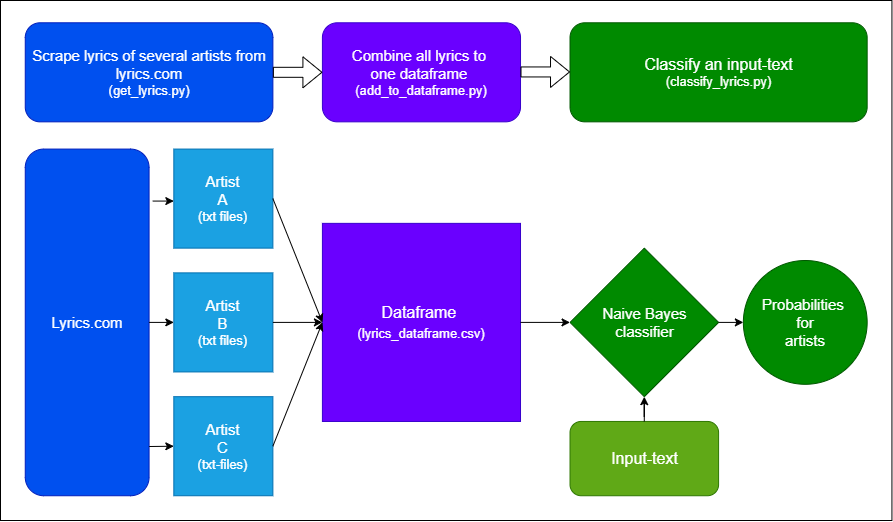
The draw.io diagram img/lyrics_classifier1.png in to-schi/classify-lyrics, before a commit. Source tidied: cells renumbered, new cells last; positions are measured from the earlier drawing's top-left corner, leaving out a move shared by most shapes. Source of this version:
```xml
<mxGraphModel>
  <root>
    <mxCell id="0" />
    <mxCell id="1" parent="0" />
    <mxCell id="2" style="group;" parent="1" vertex="1">
      <mxGeometry width="891.4" height="520" as="geometry" />
    </mxCell>
    <mxCell id="3" style="rounded=0;whiteSpace=wrap;html=1;fontSize=15;" parent="2" vertex="1">
      <mxGeometry width="891.4" height="520" as="geometry" />
    </mxCell>
    <mxCell id="4" value="&lt;font&gt;&lt;span style=&quot;font-size: 15px&quot;&gt;Artist&lt;/span&gt;&lt;br&gt;&lt;span style=&quot;font-size: 15px&quot;&gt;A&lt;/span&gt;&lt;br&gt;&lt;font style=&quot;font-size: 13px&quot;&gt;(txt files)&lt;/font&gt;&lt;/font&gt;" style="whiteSpace=wrap;html=1;fillColor=#1ba1e2;strokeColor=#006EAF;fontColor=#ffffff;" parent="2" vertex="1">
      <mxGeometry x="173.3" y="148.6" width="99" height="99" as="geometry" />
    </mxCell>
    <mxCell id="5" value="&lt;font&gt;&lt;span style=&quot;font-size: 15px&quot;&gt;Artist&lt;/span&gt;&lt;br&gt;&lt;span style=&quot;font-size: 15px&quot;&gt;B&lt;/span&gt;&lt;br&gt;&lt;font style=&quot;font-size: 13px&quot;&gt;(txt files)&lt;/font&gt;&lt;br&gt;&lt;/font&gt;" style="whiteSpace=wrap;html=1;fillColor=#1ba1e2;strokeColor=#006EAF;fontColor=#ffffff;" parent="2" vertex="1">
      <mxGeometry x="173.3" y="272.4" width="99" height="99" as="geometry" />
    </mxCell>
    <mxCell id="6" value="&lt;font&gt;&lt;span style=&quot;font-size: 15px&quot;&gt;Scrape lyrics of several artists from lyrics.com&lt;/span&gt;&lt;br&gt;&lt;font style=&quot;font-size: 13px&quot;&gt;(get_lyrics.py)&lt;/font&gt;&lt;br&gt;&lt;/font&gt;" style="rounded=1;whiteSpace=wrap;html=1;fillColor=#0050ef;fontColor=#ffffff;strokeColor=#001DBC;" parent="2" vertex="1">
      <mxGeometry x="24.8" y="22.3" width="247.6" height="99" as="geometry" />
    </mxCell>
    <mxCell id="7" value="&lt;font&gt;&lt;span style=&quot;font-size: 15px&quot;&gt;Artist&lt;/span&gt;&lt;br&gt;&lt;span style=&quot;font-size: 15px&quot;&gt;C&lt;/span&gt;&lt;br&gt;&lt;font style=&quot;font-size: 13px&quot;&gt;(txt-files)&lt;/font&gt;&lt;br&gt;&lt;/font&gt;" style="whiteSpace=wrap;html=1;fillColor=#1ba1e2;strokeColor=#006EAF;fontColor=#ffffff;" parent="2" vertex="1">
      <mxGeometry x="173.3" y="396.2" width="99" height="99" as="geometry" />
    </mxCell>
    <mxCell id="8" value="&lt;font&gt;&lt;span style=&quot;font-size: 15px&quot;&gt;Combine all lyrics to &lt;/span&gt;&lt;br&gt;&lt;span style=&quot;font-size: 15px&quot;&gt;one dataframe &lt;/span&gt;&lt;br&gt;&lt;font style=&quot;font-size: 13px&quot;&gt;(add_to_dataframe.py)&lt;/font&gt;&lt;/font&gt;" style="rounded=1;whiteSpace=wrap;html=1;fillColor=#6a00ff;fontColor=#ffffff;strokeColor=#3700CC;" parent="2" vertex="1">
      <mxGeometry x="321.9" y="22.3" width="198.1" height="99" as="geometry" />
    </mxCell>
    <mxCell id="9" value="Input-text" style="rounded=1;whiteSpace=wrap;html=1;fontSize=16;fillColor=#60a917;strokeColor=#2D7600;fontColor=#ffffff;" parent="2" vertex="1">
      <mxGeometry x="569.5" y="421" width="148.6" height="74.3" as="geometry" />
    </mxCell>
    <mxCell id="10" value="&lt;font&gt;&lt;span style=&quot;font-size: 16px&quot;&gt;Classify an input-text&lt;/span&gt;&lt;br&gt;&lt;font style=&quot;font-size: 13px&quot;&gt;(classify_lyrics.py)&lt;/font&gt;&lt;br&gt;&lt;/font&gt;" style="rounded=1;whiteSpace=wrap;html=1;fillColor=#008a00;fontColor=#ffffff;strokeColor=#005700;" parent="2" vertex="1">
      <mxGeometry x="569.5" y="22.3" width="297.1" height="99" as="geometry" />
    </mxCell>
    <mxCell id="11" value="Dataframe &lt;br&gt;&lt;font style=&quot;font-size: 13px&quot;&gt;(lyrics_dataframe.csv)&lt;/font&gt;" style="whiteSpace=wrap;html=1;fontSize=16;fillColor=#6a00ff;strokeColor=#3700CC;fontColor=#ffffff;" parent="2" vertex="1">
      <mxGeometry x="321.9" y="222.9" width="198.1" height="198.1" as="geometry" />
    </mxCell>
    <mxCell id="12" value="&lt;font style=&quot;font-size: 15px&quot;&gt;Lyrics.com&lt;/font&gt;" style="rounded=1;whiteSpace=wrap;html=1;fontSize=16;fillColor=#0050ef;fontColor=#ffffff;strokeColor=#001DBC;" parent="2" vertex="1">
      <mxGeometry x="24.8" y="148.6" width="123.8" height="346.7" as="geometry" />
    </mxCell>
    <mxCell id="13" style="endArrow=classic;html=1;rounded=0;fontSize=16;exitX=1.03;exitY=0.15;exitDx=0;exitDy=0;exitPerimeter=0;" parent="2" edge="1" source="12">
      <mxGeometry relative="1" as="geometry">
        <mxPoint x="173.3" y="200.6" as="targetPoint" />
      </mxGeometry>
    </mxCell>
    <mxCell id="14" style="endArrow=classic;html=1;rounded=0;fontSize=16;exitX=1.001;exitY=0.858;exitDx=0;exitDy=0;exitPerimeter=0;entryX=0;entryY=0.5;entryDx=0;entryDy=0;" parent="2" edge="1" source="12" target="7">
      <mxGeometry relative="1" as="geometry" />
    </mxCell>
    <mxCell id="15" style="endArrow=classic;html=1;rounded=0;fontSize=16;exitX=1;exitY=0.5;exitDx=0;exitDy=0;entryX=0;entryY=0.5;entryDx=0;entryDy=0;" parent="2" edge="1" source="12" target="5">
      <mxGeometry relative="1" as="geometry" />
    </mxCell>
    <mxCell id="16" style="endArrow=classic;html=1;rounded=0;fontSize=16;exitX=1;exitY=0.5;exitDx=0;exitDy=0;entryX=0;entryY=0.5;entryDx=0;entryDy=0;" parent="2" edge="1" source="4" target="11">
      <mxGeometry relative="1" as="geometry" />
    </mxCell>
    <mxCell id="17" style="endArrow=classic;html=1;rounded=0;fontSize=16;exitX=1;exitY=0.5;exitDx=0;exitDy=0;entryX=0;entryY=0.5;entryDx=0;entryDy=0;" parent="2" edge="1" source="5" target="11">
      <mxGeometry relative="1" as="geometry" />
    </mxCell>
    <mxCell id="18" style="endArrow=classic;html=1;rounded=0;fontSize=16;exitX=1;exitY=0.5;exitDx=0;exitDy=0;entryX=0;entryY=0.5;entryDx=0;entryDy=0;" parent="2" edge="1" source="7" target="11">
      <mxGeometry relative="1" as="geometry" />
    </mxCell>
    <mxCell id="19" value="Naive Bayes&lt;br&gt;classifier" style="rhombus;whiteSpace=wrap;html=1;fontSize=15;fillColor=#008a00;fontColor=#ffffff;strokeColor=#005700;" parent="2" vertex="1">
      <mxGeometry x="569.5" y="247.6" width="148.6" height="148.6" as="geometry" />
    </mxCell>
    <mxCell id="20" style="endArrow=classic;html=1;rounded=0;fontSize=15;exitX=1;exitY=0.5;exitDx=0;exitDy=0;entryX=0;entryY=0.5;entryDx=0;entryDy=0;" parent="2" edge="1" source="11" target="19">
      <mxGeometry relative="1" as="geometry" />
    </mxCell>
    <mxCell id="21" style="endArrow=classic;html=1;rounded=0;fontSize=15;exitX=1;exitY=0.5;exitDx=0;exitDy=0;entryX=0;entryY=0.5;entryDx=0;entryDy=0;" parent="2" edge="1" source="19" target="25">
      <mxGeometry relative="1" as="geometry" />
    </mxCell>
    <mxCell id="22" style="edgeStyle=orthogonalEdgeStyle;rounded=0;jettySize=auto;html=1;fontSize=15;" parent="2" edge="1" source="9" target="19">
      <mxGeometry relative="1" as="geometry" />
    </mxCell>
    <mxCell id="23" style="shape=flexArrow;endArrow=classic;html=1;rounded=0;fontSize=15;exitX=1;exitY=0.5;exitDx=0;exitDy=0;entryX=0;entryY=0.5;entryDx=0;entryDy=0;" parent="2" edge="1" source="6" target="8">
      <mxGeometry relative="1" as="geometry" />
    </mxCell>
    <mxCell id="24" style="shape=flexArrow;endArrow=classic;html=1;rounded=0;fontSize=15;exitX=1;exitY=0.5;exitDx=0;exitDy=0;entryX=0;entryY=0.5;entryDx=0;entryDy=0;" parent="2" edge="1">
      <mxGeometry relative="1" as="geometry">
        <mxPoint x="520" y="71.5" as="sourcePoint" />
        <mxPoint x="569.5" y="71.5" as="targetPoint" />
      </mxGeometry>
    </mxCell>
    <mxCell id="25" value="Probabilities &lt;br&gt;for&lt;br&gt;artists" style="ellipse;whiteSpace=wrap;html=1;fontSize=15;fillColor=#008a00;fontColor=#ffffff;strokeColor=#005700;" parent="2" vertex="1">
      <mxGeometry x="742.9" y="260" width="123.8" height="123.8" as="geometry" />
    </mxCell>
  </root>
</mxGraphModel>
```
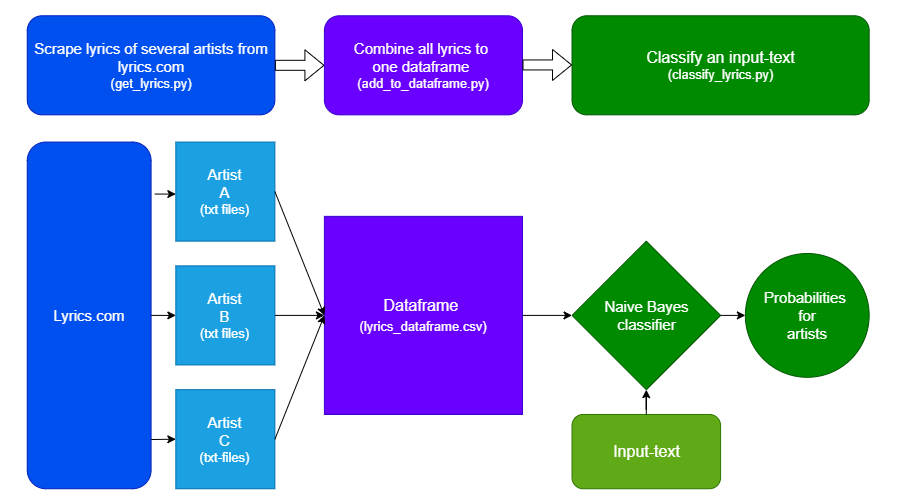
After the commit.

Commit message:
without frame

The edit, as a diff of the source:
```diff
@@ -2,82 +2,76 @@
   <root>
     <mxCell id="0" />
     <mxCell id="1" parent="0" />
-    <mxCell id="2" style="group;" parent="1" vertex="1">
-      <mxGeometry width="891.4" height="520" as="geometry" />
-    </mxCell>
-    <mxCell id="3" style="rounded=0;whiteSpace=wrap;html=1;fontSize=15;" parent="2" vertex="1">
-      <mxGeometry width="891.4" height="520" as="geometry" />
-    </mxCell>
-    <mxCell id="4" value="&lt;font&gt;&lt;span style=&quot;font-size: 15px&quot;&gt;Artist&lt;/span&gt;&lt;br&gt;&lt;span style=&quot;font-size: 15px&quot;&gt;A&lt;/span&gt;&lt;br&gt;&lt;font style=&quot;font-size: 13px&quot;&gt;(txt files)&lt;/font&gt;&lt;/font&gt;" style="whiteSpace=wrap;html=1;fillColor=#1ba1e2;strokeColor=#006EAF;fontColor=#ffffff;" parent="2" vertex="1">
-      <mxGeometry x="173.3" y="148.6" width="99" height="99" as="geometry" />
+    <mxCell id="4" value="&lt;font&gt;&lt;span style=&quot;font-size: 15px&quot;&gt;Artist&lt;/span&gt;&lt;br&gt;&lt;span style=&quot;font-size: 15px&quot;&gt;A&lt;/span&gt;&lt;br&gt;&lt;font style=&quot;font-size: 13px&quot;&gt;(txt files)&lt;/font&gt;&lt;/font&gt;" style="whiteSpace=wrap;html=1;fillColor=#1ba1e2;strokeColor=#006EAF;fontColor=#ffffff;" parent="1" vertex="1">
+      <mxGeometry x="115.3" y="101.6" width="99" height="99" as="geometry" />
     </mxCell>
-    <mxCell id="5" value="&lt;font&gt;&lt;span style=&quot;font-size: 15px&quot;&gt;Artist&lt;/span&gt;&lt;br&gt;&lt;span style=&quot;font-size: 15px&quot;&gt;B&lt;/span&gt;&lt;br&gt;&lt;font style=&quot;font-size: 13px&quot;&gt;(txt files)&lt;/font&gt;&lt;br&gt;&lt;/font&gt;" style="whiteSpace=wrap;html=1;fillColor=#1ba1e2;strokeColor=#006EAF;fontColor=#ffffff;" parent="2" vertex="1">
-      <mxGeometry x="173.3" y="272.4" width="99" height="99" as="geometry" />
+    <mxCell id="5" value="&lt;font&gt;&lt;span style=&quot;font-size: 15px&quot;&gt;Artist&lt;/span&gt;&lt;br&gt;&lt;span style=&quot;font-size: 15px&quot;&gt;B&lt;/span&gt;&lt;br&gt;&lt;font style=&quot;font-size: 13px&quot;&gt;(txt files)&lt;/font&gt;&lt;br&gt;&lt;/font&gt;" style="whiteSpace=wrap;html=1;fillColor=#1ba1e2;strokeColor=#006EAF;fontColor=#ffffff;" parent="1" vertex="1">
+      <mxGeometry x="115.3" y="225.4" width="99" height="99" as="geometry" />
     </mxCell>
-    <mxCell id="6" value="&lt;font&gt;&lt;span style=&quot;font-size: 15px&quot;&gt;Scrape lyrics of several artists from lyrics.com&lt;/span&gt;&lt;br&gt;&lt;font style=&quot;font-size: 13px&quot;&gt;(get_lyrics.py)&lt;/font&gt;&lt;br&gt;&lt;/font&gt;" style="rounded=1;whiteSpace=wrap;html=1;fillColor=#0050ef;fontColor=#ffffff;strokeColor=#001DBC;" parent="2" vertex="1">
-      <mxGeometry x="24.8" y="22.3" width="247.6" height="99" as="geometry" />
+    <mxCell id="6" value="&lt;font&gt;&lt;span style=&quot;font-size: 15px&quot;&gt;Scrape lyrics of several artists from lyrics.com&lt;/span&gt;&lt;br&gt;&lt;font style=&quot;font-size: 13px&quot;&gt;(get_lyrics.py)&lt;/font&gt;&lt;br&gt;&lt;/font&gt;" style="rounded=1;whiteSpace=wrap;html=1;fillColor=#0050ef;fontColor=#ffffff;strokeColor=#001DBC;" parent="1" vertex="1">
+      <mxGeometry x="-33.2" y="-24.7" width="247.6" height="99" as="geometry" />
     </mxCell>
-    <mxCell id="7" value="&lt;font&gt;&lt;span style=&quot;font-size: 15px&quot;&gt;Artist&lt;/span&gt;&lt;br&gt;&lt;span style=&quot;font-size: 15px&quot;&gt;C&lt;/span&gt;&lt;br&gt;&lt;font style=&quot;font-size: 13px&quot;&gt;(txt-files)&lt;/font&gt;&lt;br&gt;&lt;/font&gt;" style="whiteSpace=wrap;html=1;fillColor=#1ba1e2;strokeColor=#006EAF;fontColor=#ffffff;" parent="2" vertex="1">
-      <mxGeometry x="173.3" y="396.2" width="99" height="99" as="geometry" />
+    <mxCell id="7" value="&lt;font&gt;&lt;span style=&quot;font-size: 15px&quot;&gt;Artist&lt;/span&gt;&lt;br&gt;&lt;span style=&quot;font-size: 15px&quot;&gt;C&lt;/span&gt;&lt;br&gt;&lt;font style=&quot;font-size: 13px&quot;&gt;(txt-files)&lt;/font&gt;&lt;br&gt;&lt;/font&gt;" style="whiteSpace=wrap;html=1;fillColor=#1ba1e2;strokeColor=#006EAF;fontColor=#ffffff;" parent="1" vertex="1">
+      <mxGeometry x="115.3" y="349.2" width="99" height="99" as="geometry" />
     </mxCell>
-    <mxCell id="8" value="&lt;font&gt;&lt;span style=&quot;font-size: 15px&quot;&gt;Combine all lyrics to &lt;/span&gt;&lt;br&gt;&lt;span style=&quot;font-size: 15px&quot;&gt;one dataframe &lt;/span&gt;&lt;br&gt;&lt;font style=&quot;font-size: 13px&quot;&gt;(add_to_dataframe.py)&lt;/font&gt;&lt;/font&gt;" style="rounded=1;whiteSpace=wrap;html=1;fillColor=#6a00ff;fontColor=#ffffff;strokeColor=#3700CC;" parent="2" vertex="1">
-      <mxGeometry x="321.9" y="22.3" width="198.1" height="99" as="geometry" />
+    <mxCell id="8" value="&lt;font&gt;&lt;span style=&quot;font-size: 15px&quot;&gt;Combine all lyrics to &lt;/span&gt;&lt;br&gt;&lt;span style=&quot;font-size: 15px&quot;&gt;one dataframe &lt;/span&gt;&lt;br&gt;&lt;font style=&quot;font-size: 13px&quot;&gt;(add_to_dataframe.py)&lt;/font&gt;&lt;/font&gt;" style="rounded=1;whiteSpace=wrap;html=1;fillColor=#6a00ff;fontColor=#ffffff;strokeColor=#3700CC;" parent="1" vertex="1">
+      <mxGeometry x="263.9" y="-24.7" width="198.1" height="99" as="geometry" />
     </mxCell>
-    <mxCell id="9" value="Input-text" style="rounded=1;whiteSpace=wrap;html=1;fontSize=16;fillColor=#60a917;strokeColor=#2D7600;fontColor=#ffffff;" parent="2" vertex="1">
-      <mxGeometry x="569.5" y="421" width="148.6" height="74.3" as="geometry" />
+    <mxCell id="9" value="Input-text" style="rounded=1;whiteSpace=wrap;html=1;fontSize=16;fillColor=#60a917;strokeColor=#2D7600;fontColor=#ffffff;" parent="1" vertex="1">
+      <mxGeometry x="511.5" y="374" width="148.6" height="74.3" as="geometry" />
     </mxCell>
-    <mxCell id="10" value="&lt;font&gt;&lt;span style=&quot;font-size: 16px&quot;&gt;Classify an input-text&lt;/span&gt;&lt;br&gt;&lt;font style=&quot;font-size: 13px&quot;&gt;(classify_lyrics.py)&lt;/font&gt;&lt;br&gt;&lt;/font&gt;" style="rounded=1;whiteSpace=wrap;html=1;fillColor=#008a00;fontColor=#ffffff;strokeColor=#005700;" parent="2" vertex="1">
-      <mxGeometry x="569.5" y="22.3" width="297.1" height="99" as="geometry" />
+    <mxCell id="10" value="&lt;font&gt;&lt;span style=&quot;font-size: 16px&quot;&gt;Classify an input-text&lt;/span&gt;&lt;br&gt;&lt;font style=&quot;font-size: 13px&quot;&gt;(classify_lyrics.py)&lt;/font&gt;&lt;br&gt;&lt;/font&gt;" style="rounded=1;whiteSpace=wrap;html=1;fillColor=#008a00;fontColor=#ffffff;strokeColor=#005700;" parent="1" vertex="1">
+      <mxGeometry x="511.5" y="-24.7" width="297.1" height="99" as="geometry" />
     </mxCell>
-    <mxCell id="11" value="Dataframe &lt;br&gt;&lt;font style=&quot;font-size: 13px&quot;&gt;(lyrics_dataframe.csv)&lt;/font&gt;" style="whiteSpace=wrap;html=1;fontSize=16;fillColor=#6a00ff;strokeColor=#3700CC;fontColor=#ffffff;" parent="2" vertex="1">
-      <mxGeometry x="321.9" y="222.9" width="198.1" height="198.1" as="geometry" />
+    <mxCell id="11" value="Dataframe &lt;br&gt;&lt;font style=&quot;font-size: 13px&quot;&gt;(lyrics_dataframe.csv)&lt;/font&gt;" style="whiteSpace=wrap;html=1;fontSize=16;fillColor=#6a00ff;strokeColor=#3700CC;fontColor=#ffffff;" parent="1" vertex="1">
+      <mxGeometry x="263.9" y="175.9" width="198.1" height="198.1" as="geometry" />
     </mxCell>
-    <mxCell id="12" value="&lt;font style=&quot;font-size: 15px&quot;&gt;Lyrics.com&lt;/font&gt;" style="rounded=1;whiteSpace=wrap;html=1;fontSize=16;fillColor=#0050ef;fontColor=#ffffff;strokeColor=#001DBC;" parent="2" vertex="1">
-      <mxGeometry x="24.8" y="148.6" width="123.8" height="346.7" as="geometry" />
+    <mxCell id="12" value="&lt;font style=&quot;font-size: 15px&quot;&gt;Lyrics.com&lt;/font&gt;" style="rounded=1;whiteSpace=wrap;html=1;fontSize=16;fillColor=#0050ef;fontColor=#ffffff;strokeColor=#001DBC;" parent="1" vertex="1">
+      <mxGeometry x="-33.2" y="101.6" width="123.8" height="346.7" as="geometry" />
     </mxCell>
-    <mxCell id="13" style="endArrow=classic;html=1;rounded=0;fontSize=16;exitX=1.03;exitY=0.15;exitDx=0;exitDy=0;exitPerimeter=0;" parent="2" edge="1" source="12">
+    <mxCell id="13" style="endArrow=classic;html=1;rounded=0;fontSize=16;exitX=1.03;exitY=0.15;exitDx=0;exitDy=0;exitPerimeter=0;" parent="1" edge="1" source="12">
       <mxGeometry relative="1" as="geometry">
-        <mxPoint x="173.3" y="200.6" as="targetPoint" />
+        <mxPoint x="115.3" y="153.6" as="targetPoint" />
       </mxGeometry>
     </mxCell>
-    <mxCell id="14" style="endArrow=classic;html=1;rounded=0;fontSize=16;exitX=1.001;exitY=0.858;exitDx=0;exitDy=0;exitPerimeter=0;entryX=0;entryY=0.5;entryDx=0;entryDy=0;" parent="2" edge="1" source="12" target="7">
+    <mxCell id="14" style="endArrow=classic;html=1;rounded=0;fontSize=16;exitX=1.001;exitY=0.858;exitDx=0;exitDy=0;exitPerimeter=0;entryX=0;entryY=0.5;entryDx=0;entryDy=0;" parent="1" edge="1" source="12" target="7">
       <mxGeometry relative="1" as="geometry" />
     </mxCell>
-    <mxCell id="15" style="endArrow=classic;html=1;rounded=0;fontSize=16;exitX=1;exitY=0.5;exitDx=0;exitDy=0;entryX=0;entryY=0.5;entryDx=0;entryDy=0;" parent="2" edge="1" source="12" target="5">
+    <mxCell id="15" style="endArrow=classic;html=1;rounded=0;fontSize=16;exitX=1;exitY=0.5;exitDx=0;exitDy=0;entryX=0;entryY=0.5;entryDx=0;entryDy=0;" parent="1" edge="1" source="12" target="5">
       <mxGeometry relative="1" as="geometry" />
     </mxCell>
-    <mxCell id="16" style="endArrow=classic;html=1;rounded=0;fontSize=16;exitX=1;exitY=0.5;exitDx=0;exitDy=0;entryX=0;entryY=0.5;entryDx=0;entryDy=0;" parent="2" edge="1" source="4" target="11">
+    <mxCell id="16" style="endArrow=classic;html=1;rounded=0;fontSize=16;exitX=1;exitY=0.5;exitDx=0;exitDy=0;entryX=0;entryY=0.5;entryDx=0;entryDy=0;" parent="1" edge="1" source="4" target="11">
       <mxGeometry relative="1" as="geometry" />
     </mxCell>
-    <mxCell id="17" style="endArrow=classic;html=1;rounded=0;fontSize=16;exitX=1;exitY=0.5;exitDx=0;exitDy=0;entryX=0;entryY=0.5;entryDx=0;entryDy=0;" parent="2" edge="1" source="5" target="11">
+    <mxCell id="17" style="endArrow=classic;html=1;rounded=0;fontSize=16;exitX=1;exitY=0.5;exitDx=0;exitDy=0;entryX=0;entryY=0.5;entryDx=0;entryDy=0;" parent="1" edge="1" source="5" target="11">
       <mxGeometry relative="1" as="geometry" />
     </mxCell>
-    <mxCell id="18" style="endArrow=classic;html=1;rounded=0;fontSize=16;exitX=1;exitY=0.5;exitDx=0;exitDy=0;entryX=0;entryY=0.5;entryDx=0;entryDy=0;" parent="2" edge="1" source="7" target="11">
+    <mxCell id="18" style="endArrow=classic;html=1;rounded=0;fontSize=16;exitX=1;exitY=0.5;exitDx=0;exitDy=0;entryX=0;entryY=0.5;entryDx=0;entryDy=0;" parent="1" edge="1" source="7" target="11">
       <mxGeometry relative="1" as="geometry" />
     </mxCell>
-    <mxCell id="19" value="Naive Bayes&lt;br&gt;classifier" style="rhombus;whiteSpace=wrap;html=1;fontSize=15;fillColor=#008a00;fontColor=#ffffff;strokeColor=#005700;" parent="2" vertex="1">
-      <mxGeometry x="569.5" y="247.6" width="148.6" height="148.6" as="geometry" />
+    <mxCell id="19" value="Naive Bayes&lt;br&gt;classifier" style="rhombus;whiteSpace=wrap;html=1;fontSize=15;fillColor=#008a00;fontColor=#ffffff;strokeColor=#005700;" parent="1" vertex="1">
+      <mxGeometry x="511.5" y="200.6" width="148.6" height="148.6" as="geometry" />
     </mxCell>
-    <mxCell id="20" style="endArrow=classic;html=1;rounded=0;fontSize=15;exitX=1;exitY=0.5;exitDx=0;exitDy=0;entryX=0;entryY=0.5;entryDx=0;entryDy=0;" parent="2" edge="1" source="11" target="19">
+    <mxCell id="20" style="endArrow=classic;html=1;rounded=0;fontSize=15;exitX=1;exitY=0.5;exitDx=0;exitDy=0;entryX=0;entryY=0.5;entryDx=0;entryDy=0;" parent="1" edge="1" source="11" target="19">
       <mxGeometry relative="1" as="geometry" />
     </mxCell>
-    <mxCell id="21" style="endArrow=classic;html=1;rounded=0;fontSize=15;exitX=1;exitY=0.5;exitDx=0;exitDy=0;entryX=0;entryY=0.5;entryDx=0;entryDy=0;" parent="2" edge="1" source="19" target="25">
+    <mxCell id="21" style="endArrow=classic;html=1;rounded=0;fontSize=15;exitX=1;exitY=0.5;exitDx=0;exitDy=0;entryX=0;entryY=0.5;entryDx=0;entryDy=0;" parent="1" edge="1" source="19" target="25">
       <mxGeometry relative="1" as="geometry" />
     </mxCell>
-    <mxCell id="22" style="edgeStyle=orthogonalEdgeStyle;rounded=0;jettySize=auto;html=1;fontSize=15;" parent="2" edge="1" source="9" target="19">
+    <mxCell id="22" style="edgeStyle=orthogonalEdgeStyle;rounded=0;jettySize=auto;html=1;fontSize=15;" parent="1" edge="1" source="9" target="19">
       <mxGeometry relative="1" as="geometry" />
     </mxCell>
-    <mxCell id="23" style="shape=flexArrow;endArrow=classic;html=1;rounded=0;fontSize=15;exitX=1;exitY=0.5;exitDx=0;exitDy=0;entryX=0;entryY=0.5;entryDx=0;entryDy=0;" parent="2" edge="1" source="6" target="8">
+    <mxCell id="23" style="shape=flexArrow;endArrow=classic;html=1;rounded=0;fontSize=15;exitX=1;exitY=0.5;exitDx=0;exitDy=0;entryX=0;entryY=0.5;entryDx=0;entryDy=0;" parent="1" edge="1" source="6" target="8">
       <mxGeometry relative="1" as="geometry" />
     </mxCell>
-    <mxCell id="24" style="shape=flexArrow;endArrow=classic;html=1;rounded=0;fontSize=15;exitX=1;exitY=0.5;exitDx=0;exitDy=0;entryX=0;entryY=0.5;entryDx=0;entryDy=0;" parent="2" edge="1">
+    <mxCell id="24" style="shape=flexArrow;endArrow=classic;html=1;rounded=0;fontSize=15;exitX=1;exitY=0.5;exitDx=0;exitDy=0;entryX=0;entryY=0.5;entryDx=0;entryDy=0;" parent="1" edge="1">
       <mxGeometry relative="1" as="geometry">
-        <mxPoint x="520" y="71.5" as="sourcePoint" />
-        <mxPoint x="569.5" y="71.5" as="targetPoint" />
+        <mxPoint x="462" y="24.5" as="sourcePoint" />
+        <mxPoint x="511.5" y="24.5" as="targetPoint" />
       </mxGeometry>
     </mxCell>
-    <mxCell id="25" value="Probabilities &lt;br&gt;for&lt;br&gt;artists" style="ellipse;whiteSpace=wrap;html=1;fontSize=15;fillColor=#008a00;fontColor=#ffffff;strokeColor=#005700;" parent="2" vertex="1">
-      <mxGeometry x="742.9" y="260" width="123.8" height="123.8" as="geometry" />
+    <mxCell id="25" value="Probabilities &lt;br&gt;for&lt;br&gt;artists" style="ellipse;whiteSpace=wrap;html=1;fontSize=15;fillColor=#008a00;fontColor=#ffffff;strokeColor=#005700;" parent="1" vertex="1">
+      <mxGeometry x="684.9" y="213" width="123.8" height="123.8" as="geometry" />
     </mxCell>
   </root>
 </mxGraphModel>
```
